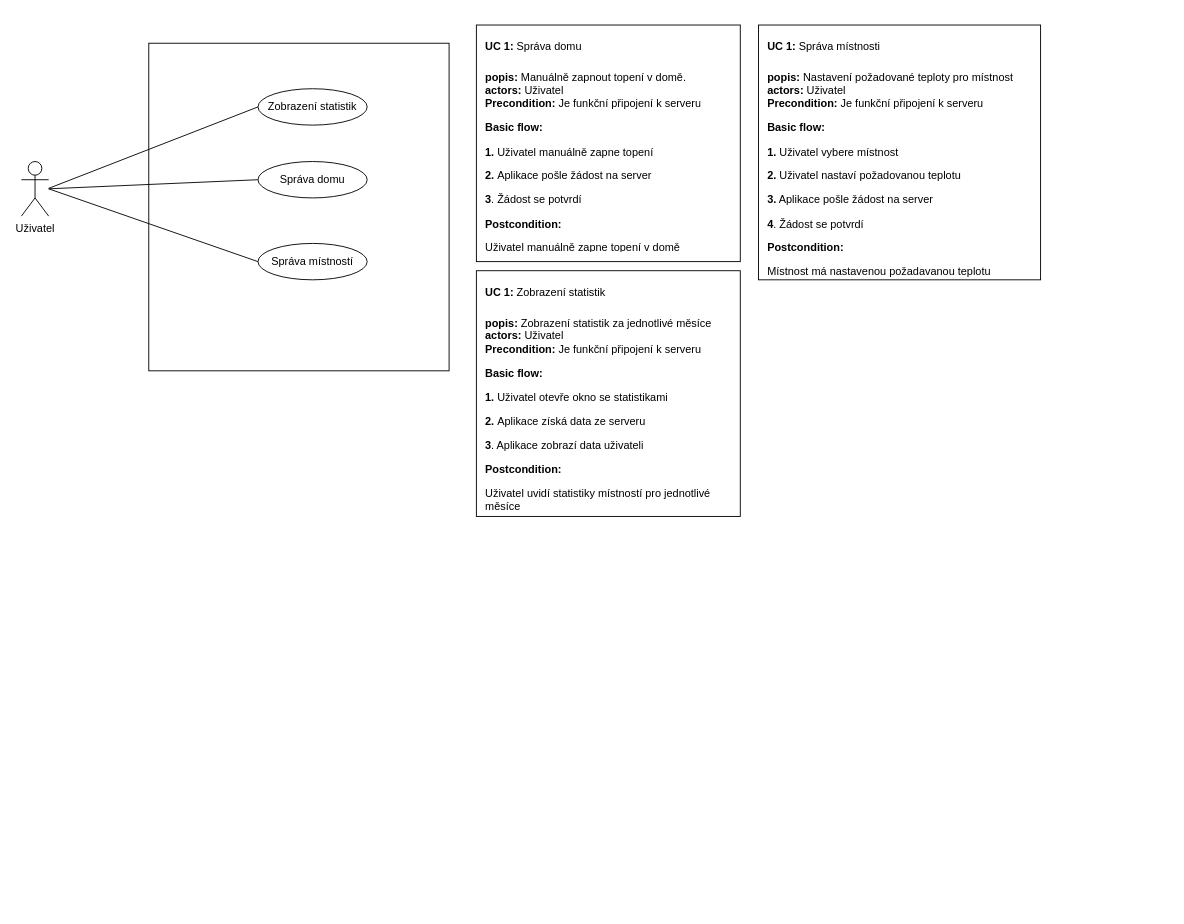
Above: doc/projekt_use_case.drawio in torar9/swinz-projekt (draw.io), before the change. Source tidied: cells renumbered, new cells numbered last; positions are measured from the earlier drawing's top-left corner, leaving out a move shared by most shapes. Both pictures are drawn from the tidied source at 91%, with x=0, y=0 at pixel (21, 25).
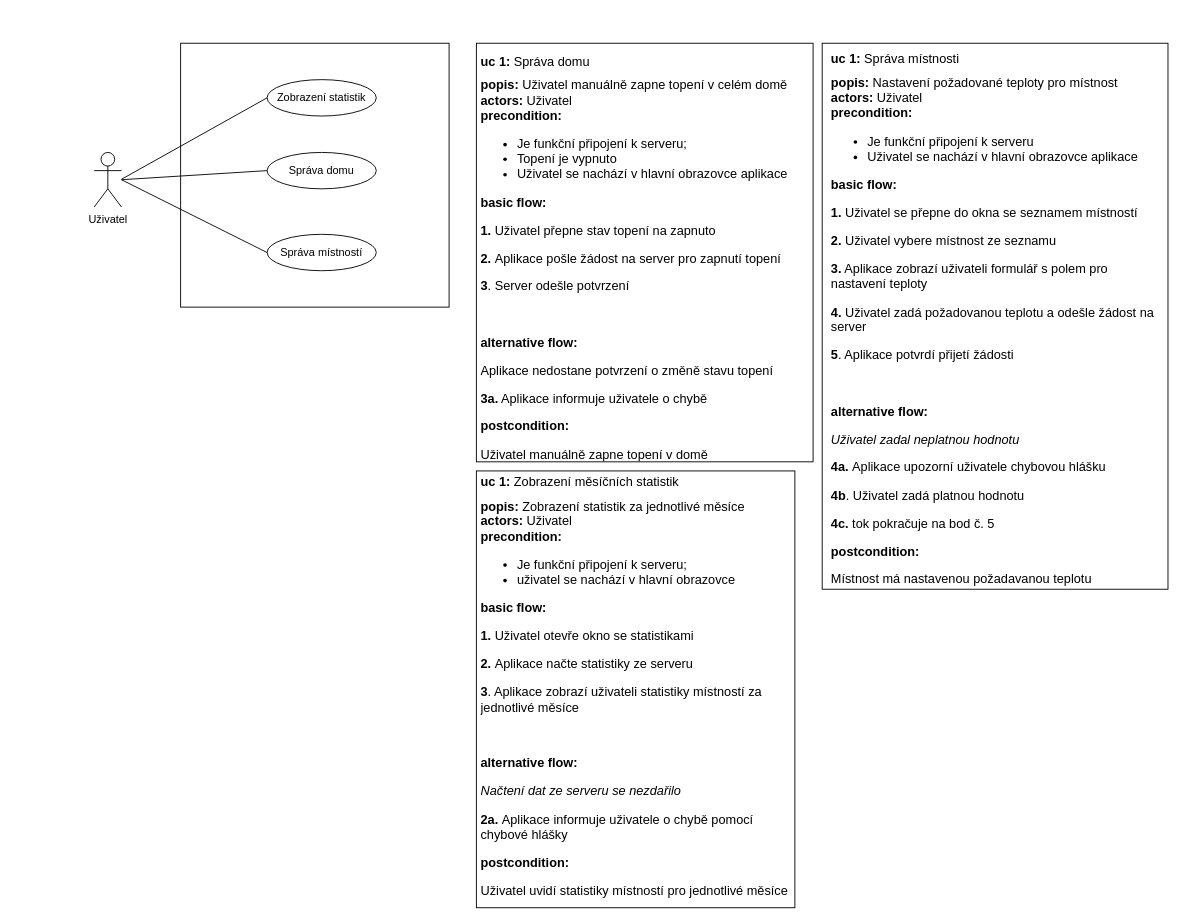
After the change.

Commit message (it also covers changes not shown here):
Fix use case

Diff of the diagram source:
```diff
@@
 <mxGraphModel>
   <root>
     <mxCell id="0" />
     <mxCell id="1" parent="0" />
     <mxCell id="2" value="Uživatel" style="shape=umlActor;verticalLabelPosition=bottom;labelBackgroundColor=#ffffff;verticalAlign=top;html=1;" parent="1" vertex="1">
-      <mxGeometry y="150" width="30" height="60" as="geometry" />
+      <mxGeometry x="80" y="140" width="30" height="60" as="geometry" />
     </mxCell>
     <mxCell id="3" style="rounded=0;whiteSpace=wrap;html=1;" parent="1" vertex="1">
-      <mxGeometry x="140" y="20" width="330" height="360" as="geometry" />
+      <mxGeometry x="175" y="20" width="295" height="290" as="geometry" />
     </mxCell>
     <mxCell id="4" value="Zobrazení statistik" style="ellipse;whiteSpace=wrap;html=1;" parent="1" vertex="1">
-      <mxGeometry x="260" y="70" width="120" height="40" as="geometry" />
+      <mxGeometry x="270" y="60" width="120" height="40" as="geometry" />
     </mxCell>
     <mxCell id="5" value="Správa domu" style="ellipse;whiteSpace=wrap;html=1;" parent="1" vertex="1">
-      <mxGeometry x="260" y="150" width="120" height="40" as="geometry" />
+      <mxGeometry x="270" y="140" width="120" height="40" as="geometry" />
     </mxCell>
     <mxCell id="6" style="endArrow=none;html=1;entryX=0;entryY=0.5;entryDx=0;entryDy=0;" parent="1" edge="1" target="4">
       <mxGeometry relative="1" as="geometry">
-        <mxPoint x="30" y="179.5" as="sourcePoint" />
+        <mxPoint x="110" y="169.5" as="sourcePoint" />
       </mxGeometry>
     </mxCell>
     <mxCell id="7" style="endArrow=none;html=1;entryX=0;entryY=0.5;entryDx=0;entryDy=0;" parent="1" edge="1" target="5">
       <mxGeometry relative="1" as="geometry">
-        <mxPoint x="30" y="180" as="sourcePoint" />
+        <mxPoint x="110" y="170" as="sourcePoint" />
       </mxGeometry>
     </mxCell>
     <mxCell id="8" style="rounded=0;whiteSpace=wrap;html=1;" parent="1" vertex="1">
-      <mxGeometry x="810" width="310" height="280" as="geometry" />
+      <mxGeometry x="880" y="20" width="380" height="600" as="geometry" />
     </mxCell>
-    <mxCell id="9" value="&lt;h1&gt;&lt;font style=&quot;font-size: 12px&quot;&gt;UC 1:&lt;/font&gt;&lt;font style=&quot;font-size: 12px ; font-weight: normal&quot;&gt; Správa místnosti&lt;/font&gt;&lt;/h1&gt;&lt;div&gt;&lt;font style=&quot;font-size: 12px&quot;&gt;&lt;b&gt;popis:&lt;/b&gt;&lt;/font&gt;&lt;font style=&quot;font-size: 12px ; font-weight: normal&quot;&gt; Nastavení požadované teploty pro místnost&lt;/font&gt;&lt;/div&gt;&lt;div&gt;&lt;font style=&quot;font-size: 12px&quot;&gt;&lt;b&gt;actors:&lt;/b&gt;&lt;/font&gt;&lt;font style=&quot;font-size: 12px ; font-weight: normal&quot;&gt; Uživatel&lt;br&gt;&lt;/font&gt;&lt;/div&gt;&lt;div&gt;&lt;font style=&quot;font-size: 12px&quot;&gt;&lt;b&gt;Precondition: &lt;/b&gt;&lt;/font&gt;&lt;font style=&quot;font-size: 12px ; font-weight: normal&quot;&gt;Je funkční připojení k serveru&lt;/font&gt;&lt;/div&gt;&lt;p&gt;&lt;b&gt;Basic flow:&lt;/b&gt;&lt;/p&gt;&lt;p&gt;&lt;b&gt;1.&lt;/b&gt; Uživatel vybere místnost&lt;/p&gt;&lt;p&gt;&lt;b&gt;2.&lt;/b&gt; Uživatel nastaví požadovanou teplotu&lt;/p&gt;&lt;p&gt;&lt;b&gt;3.&lt;/b&gt; Aplikace pošle žádost na server&lt;/p&gt;&lt;p&gt;&lt;b&gt;4&lt;/b&gt;. Žádost se potvrdí&lt;/p&gt;&lt;p&gt;&lt;b&gt;Postcondition:&lt;/b&gt;&lt;/p&gt;&lt;p&gt;Místnost má nastavenou požadavanou teplotu&lt;/p&gt;" style="text;html=1;strokeColor=none;fillColor=none;spacing=5;spacingTop=-20;whiteSpace=wrap;overflow=hidden;rounded=0;" parent="1" vertex="1">
-      <mxGeometry x="815" width="295" height="280" as="geometry" />
+    <mxCell id="9" value="&lt;h1 style=&quot;font-size: 14px&quot;&gt;&lt;font style=&quot;font-size: 14px&quot;&gt;&lt;font style=&quot;font-size: 14px&quot;&gt;uc 1:&lt;/font&gt;&lt;font style=&quot;font-weight: normal ; font-size: 14px&quot;&gt; Správa místnosti&lt;/font&gt;&lt;/font&gt;&lt;/h1&gt;&lt;div style=&quot;font-size: 14px&quot;&gt;&lt;font style=&quot;font-size: 14px&quot;&gt;&lt;font style=&quot;font-size: 14px&quot;&gt;&lt;b&gt;popis:&lt;/b&gt;&lt;/font&gt;&lt;font style=&quot;font-weight: normal ; font-size: 14px&quot;&gt; Nastavení požadované teploty pro místnost&lt;/font&gt;&lt;/font&gt;&lt;/div&gt;&lt;div style=&quot;font-size: 14px&quot;&gt;&lt;font style=&quot;font-size: 14px&quot;&gt;&lt;font style=&quot;font-size: 14px&quot;&gt;&lt;b&gt;actors:&lt;/b&gt;&lt;/font&gt;&lt;font style=&quot;font-weight: normal ; font-size: 14px&quot;&gt; Uživatel&lt;br&gt;&lt;/font&gt;&lt;/font&gt;&lt;/div&gt;&lt;div style=&quot;font-size: 14px&quot;&gt;&lt;font style=&quot;font-size: 14px&quot;&gt;&lt;font style=&quot;font-size: 14px&quot;&gt;&lt;b&gt;precondition:&amp;nbsp;&lt;/b&gt;&lt;/font&gt;&lt;/font&gt;&lt;/div&gt;&lt;div style=&quot;font-size: 14px&quot;&gt;&lt;ul&gt;&lt;li&gt;&lt;font style=&quot;font-size: 14px&quot;&gt;&lt;font style=&quot;font-weight: normal ; font-size: 14px&quot;&gt;Je funkční připojení k serveru&lt;/font&gt;&lt;/font&gt;&lt;/li&gt;&lt;li&gt;&lt;font style=&quot;font-size: 14px&quot;&gt;&lt;font style=&quot;font-weight: normal ; font-size: 14px&quot;&gt;Uživatel se nachází v hlavní obrazovce aplikace&lt;/font&gt;&lt;/font&gt;&lt;/li&gt;&lt;/ul&gt;&lt;/div&gt;&lt;p style=&quot;font-size: 14px&quot;&gt;&lt;b&gt;&lt;font style=&quot;font-size: 14px&quot;&gt;basic flow:&lt;/font&gt;&lt;/b&gt;&lt;/p&gt;&lt;p style=&quot;font-size: 14px&quot;&gt;&lt;font style=&quot;font-size: 14px&quot;&gt;&lt;b&gt;1. &lt;/b&gt;Uživatel se přepne do okna se seznamem místností&lt;/font&gt;&lt;/p&gt;&lt;p style=&quot;font-size: 14px&quot;&gt;&lt;font style=&quot;font-size: 14px&quot;&gt;&lt;b&gt;2.&lt;/b&gt; Uživatel vybere místnost ze seznamu&lt;/font&gt;&lt;/p&gt;&lt;p style=&quot;font-size: 14px&quot;&gt;&lt;font style=&quot;font-size: 14px&quot;&gt;&lt;b&gt;3.&lt;/b&gt; Aplikace zobrazí uživateli formulář s polem pro nastavení teploty&lt;/font&gt;&lt;/p&gt;&lt;p style=&quot;font-size: 14px&quot;&gt;&lt;font style=&quot;font-size: 14px&quot;&gt;&lt;b&gt;4.&lt;/b&gt; Uživatel zadá požadovanou teplotu a odešle žádost na server&lt;/font&gt;&lt;/p&gt;&lt;p style=&quot;font-size: 14px&quot;&gt;&lt;font style=&quot;font-size: 14px&quot;&gt;&lt;b&gt;5&lt;/b&gt;. Aplikace potvrdí přijetí žádosti&lt;/font&gt;&lt;/p&gt;&lt;p style=&quot;font-size: 14px&quot;&gt;&lt;font style=&quot;font-size: 14px&quot;&gt;&lt;br&gt;&lt;/font&gt;&lt;/p&gt;&lt;p style=&quot;font-size: 14px&quot;&gt;&lt;b&gt;&lt;font style=&quot;font-size: 14px&quot;&gt;alternative flow:&lt;/font&gt;&lt;/b&gt;&lt;/p&gt;&lt;p style=&quot;font-size: 14px&quot;&gt;&lt;i&gt;&lt;font style=&quot;font-size: 14px&quot;&gt;Uživatel zadal neplatnou hodnotu&lt;/font&gt;&lt;/i&gt;&lt;/p&gt;&lt;p style=&quot;font-size: 14px&quot;&gt;&lt;font style=&quot;font-size: 14px&quot;&gt;&lt;b&gt;4a. &lt;/b&gt;Aplikace upozorní uživatele chybovou hlášku&lt;/font&gt;&lt;/p&gt;&lt;p style=&quot;font-size: 14px&quot;&gt;&lt;font style=&quot;font-size: 14px&quot;&gt;&lt;b&gt;4b&lt;/b&gt;. Uživatel zadá platnou hodnotu&lt;/font&gt;&lt;/p&gt;&lt;p style=&quot;font-size: 14px&quot;&gt;&lt;font style=&quot;font-size: 14px&quot;&gt;&lt;b&gt;4c.&lt;/b&gt; tok pokračuje na bod č. 5&lt;/font&gt;&lt;/p&gt;&lt;p style=&quot;font-size: 14px&quot;&gt;&lt;b&gt;&lt;font style=&quot;font-size: 14px&quot;&gt;postcondition:&lt;/font&gt;&lt;/b&gt;&lt;/p&gt;&lt;p style=&quot;font-size: 14px&quot;&gt;&lt;font style=&quot;font-size: 14px&quot;&gt;Místnost má nastavenou požadavanou teplotu&lt;/font&gt;&lt;/p&gt;" style="text;html=1;strokeColor=none;fillColor=none;spacing=5;spacingTop=-20;whiteSpace=wrap;overflow=hidden;rounded=0;" parent="1" vertex="1">
+      <mxGeometry x="885" y="30" width="375" height="590" as="geometry" />
     </mxCell>
     <mxCell id="10" style="rounded=0;whiteSpace=wrap;html=1;" parent="1" vertex="1">
-      <mxGeometry x="500" y="270" width="290" height="270" as="geometry" />
+      <mxGeometry x="500" y="490" width="350" height="480" as="geometry" />
     </mxCell>
-    <mxCell id="11" value="&lt;h1&gt;&lt;font style=&quot;font-size: 12px&quot;&gt;UC 1:&lt;/font&gt;&lt;font style=&quot;font-size: 12px ; font-weight: normal&quot;&gt; Zobrazení statistik&lt;/font&gt;&lt;/h1&gt;&lt;div&gt;&lt;font style=&quot;font-size: 12px&quot;&gt;&lt;b&gt;popis:&lt;/b&gt;&lt;/font&gt;&lt;font style=&quot;font-size: 12px ; font-weight: normal&quot;&gt; Zobrazení statistik za jednotlivé měsíce&lt;/font&gt;&lt;/div&gt;&lt;div&gt;&lt;font style=&quot;font-size: 12px&quot;&gt;&lt;b&gt;actors: &lt;/b&gt;&lt;/font&gt;&lt;font style=&quot;font-size: 12px ; font-weight: normal&quot;&gt;Uživatel&lt;/font&gt;&lt;/div&gt;&lt;div&gt;&lt;font style=&quot;font-size: 12px&quot;&gt;&lt;b&gt;Precondition: &lt;/b&gt;&lt;/font&gt;&lt;font style=&quot;font-size: 12px ; font-weight: normal&quot;&gt;Je funkční připojení k serveru&lt;/font&gt;&lt;/div&gt;&lt;p&gt;&lt;b&gt;Basic flow:&lt;/b&gt;&lt;/p&gt;&lt;p&gt;&lt;b&gt;1. &lt;/b&gt;Uživatel otevře okno se statistikami&lt;/p&gt;&lt;p&gt;&lt;b&gt;2. &lt;/b&gt;Aplikace získá data ze serveru&lt;/p&gt;&lt;p&gt;&lt;b&gt;3&lt;/b&gt;. Aplikace zobrazí data uživateli&lt;/p&gt;&lt;p&gt;&lt;b&gt;Postcondition:&lt;/b&gt;&lt;/p&gt;&lt;p&gt;Uživatel uvidí statistiky místností pro jednotlivé měsíce&lt;/p&gt;" style="text;html=1;strokeColor=none;fillColor=none;spacing=5;spacingTop=-20;whiteSpace=wrap;overflow=hidden;rounded=0;" parent="1" vertex="1">
-      <mxGeometry x="505" y="270" width="285" height="270" as="geometry" />
+    <mxCell id="11" value="&lt;h1 style=&quot;font-size: 14px&quot;&gt;&lt;font style=&quot;font-size: 14px&quot;&gt;&lt;font style=&quot;font-size: 14px&quot;&gt;uc 1:&lt;/font&gt;&lt;font style=&quot;font-weight: normal ; font-size: 14px&quot;&gt; Zobrazení měsíčních statistik&lt;/font&gt;&lt;/font&gt;&lt;/h1&gt;&lt;div style=&quot;font-size: 14px&quot;&gt;&lt;font style=&quot;font-size: 14px&quot;&gt;&lt;font style=&quot;font-size: 14px&quot;&gt;&lt;b&gt;popis:&lt;/b&gt;&lt;/font&gt;&lt;font style=&quot;font-weight: normal ; font-size: 14px&quot;&gt; Zobrazení statistik za jednotlivé měsíce&lt;/font&gt;&lt;/font&gt;&lt;/div&gt;&lt;div style=&quot;font-size: 14px&quot;&gt;&lt;font style=&quot;font-size: 14px&quot;&gt;&lt;font style=&quot;font-size: 14px&quot;&gt;&lt;b&gt;actors: &lt;/b&gt;&lt;/font&gt;&lt;font style=&quot;font-weight: normal ; font-size: 14px&quot;&gt;Uživatel&lt;/font&gt;&lt;/font&gt;&lt;/div&gt;&lt;div style=&quot;font-size: 14px&quot;&gt;&lt;font style=&quot;font-size: 14px&quot;&gt;&lt;font style=&quot;font-size: 14px&quot;&gt;&lt;b&gt;precondition:&amp;nbsp;&lt;/b&gt;&lt;/font&gt;&lt;/font&gt;&lt;/div&gt;&lt;div style=&quot;font-size: 14px&quot;&gt;&lt;ul&gt;&lt;li&gt;&lt;font style=&quot;font-size: 14px&quot;&gt;&lt;font style=&quot;font-weight: normal ; font-size: 14px&quot;&gt;Je funkční připojení k serveru;&amp;nbsp;&lt;/font&gt;&lt;/font&gt;&lt;/li&gt;&lt;li&gt;&lt;font style=&quot;font-size: 14px&quot;&gt;&lt;span&gt;uživatel se nachází v hlavní obrazovce&lt;/span&gt;&lt;/font&gt;&lt;/li&gt;&lt;/ul&gt;&lt;/div&gt;&lt;p style=&quot;font-size: 14px&quot;&gt;&lt;b&gt;&lt;font style=&quot;font-size: 14px&quot;&gt;basic flow:&lt;/font&gt;&lt;/b&gt;&lt;/p&gt;&lt;p style=&quot;font-size: 14px&quot;&gt;&lt;font style=&quot;font-size: 14px&quot;&gt;&lt;b&gt;1. &lt;/b&gt;Uživatel otevře okno se statistikami&lt;/font&gt;&lt;/p&gt;&lt;p style=&quot;font-size: 14px&quot;&gt;&lt;font style=&quot;font-size: 14px&quot;&gt;&lt;b&gt;2. &lt;/b&gt;Aplikace načte statistiky ze serveru&lt;/font&gt;&lt;/p&gt;&lt;p style=&quot;font-size: 14px&quot;&gt;&lt;font style=&quot;font-size: 14px&quot;&gt;&lt;b&gt;3&lt;/b&gt;. Aplikace zobrazí uživateli statistiky místností za jednotlivé měsíce&lt;/font&gt;&lt;/p&gt;&lt;p style=&quot;font-size: 14px&quot;&gt;&lt;font style=&quot;font-size: 14px&quot;&gt;&lt;br&gt;&lt;/font&gt;&lt;/p&gt;&lt;p style=&quot;font-size: 14px&quot;&gt;&lt;font style=&quot;font-size: 14px&quot;&gt;&lt;b&gt;alternative flow:&lt;/b&gt;&lt;br&gt;&lt;/font&gt;&lt;/p&gt;&lt;p style=&quot;font-size: 14px&quot;&gt;&lt;i&gt;&lt;font style=&quot;font-size: 14px&quot;&gt;Načtení dat ze serveru se nezdařilo&lt;/font&gt;&lt;/i&gt;&lt;/p&gt;&lt;p style=&quot;font-size: 14px&quot;&gt;&lt;font style=&quot;font-size: 14px&quot;&gt;&lt;b&gt;2a. &lt;/b&gt;Aplikace informuje uživatele o chybě pomocí chybové hlášky&lt;/font&gt;&lt;/p&gt;&lt;p style=&quot;font-size: 14px&quot;&gt;&lt;b&gt;&lt;font style=&quot;font-size: 14px&quot;&gt;postcondition:&lt;/font&gt;&lt;/b&gt;&lt;/p&gt;&lt;p style=&quot;font-size: 14px&quot;&gt;&lt;font style=&quot;font-size: 14px&quot;&gt;Uživatel uvidí statistiky místností pro jednotlivé měsíce&lt;/font&gt;&lt;/p&gt;" style="text;html=1;strokeColor=none;fillColor=none;spacing=5;spacingTop=-20;whiteSpace=wrap;overflow=hidden;rounded=0;" parent="1" vertex="1">
+      <mxGeometry x="500" y="495" width="350" height="470" as="geometry" />
     </mxCell>
     <mxCell id="12" value="Správa místností" style="ellipse;whiteSpace=wrap;html=1;" parent="1" vertex="1">
-      <mxGeometry x="260" y="240" width="120" height="40" as="geometry" />
+      <mxGeometry x="270" y="230" width="120" height="40" as="geometry" />
     </mxCell>
     <mxCell id="13" style="endArrow=none;html=1;entryX=0;entryY=0.5;entryDx=0;entryDy=0;" parent="1" edge="1" target="12">
       <mxGeometry relative="1" as="geometry">
-        <mxPoint x="30" y="180" as="sourcePoint" />
+        <mxPoint x="110" y="170" as="sourcePoint" />
       </mxGeometry>
     </mxCell>
     <mxCell id="14" style="rounded=0;whiteSpace=wrap;html=1;" parent="1" vertex="1">
-      <mxGeometry x="500" width="290" height="260" as="geometry" />
+      <mxGeometry x="500" y="20" width="370" height="460" as="geometry" />
     </mxCell>
-    <mxCell id="15" value="&lt;h1&gt;&lt;font style=&quot;font-size: 12px&quot;&gt;UC 1:&lt;/font&gt;&lt;font style=&quot;font-size: 12px ; font-weight: normal&quot;&gt;&amp;nbsp;Správa domu&lt;/font&gt;&lt;/h1&gt;&lt;div&gt;&lt;font style=&quot;font-size: 12px&quot;&gt;&lt;b&gt;popis:&lt;/b&gt;&lt;/font&gt;&lt;font style=&quot;font-size: 12px ; font-weight: normal&quot;&gt;&amp;nbsp;Manuálně zapnout topení v domě.&lt;/font&gt;&lt;/div&gt;&lt;div&gt;&lt;font style=&quot;font-size: 12px&quot;&gt;&lt;b&gt;actors: &lt;/b&gt;&lt;/font&gt;&lt;font style=&quot;font-size: 12px ; font-weight: normal&quot;&gt;Uživatel&lt;/font&gt;&lt;/div&gt;&lt;div&gt;&lt;font style=&quot;font-size: 12px&quot;&gt;&lt;b&gt;Precondition: &lt;/b&gt;&lt;/font&gt;&lt;font style=&quot;font-size: 12px ; font-weight: normal&quot;&gt;Je funkční připojení k serveru&lt;/font&gt;&lt;/div&gt;&lt;p&gt;&lt;b&gt;Basic flow:&lt;/b&gt;&lt;/p&gt;&lt;p&gt;&lt;b&gt;1. &lt;/b&gt;Uživatel manuálně zapne topení&lt;/p&gt;&lt;p&gt;&lt;b&gt;2. &lt;/b&gt;Aplikace pošle žádost na server&lt;/p&gt;&lt;p&gt;&lt;b&gt;3&lt;/b&gt;. Žádost se potvrdí&lt;/p&gt;&lt;p&gt;&lt;b&gt;Postcondition:&lt;/b&gt;&lt;/p&gt;&lt;p&gt;Uživatel manuálně zapne topení v domě&lt;/p&gt;" style="text;html=1;strokeColor=none;fillColor=none;spacing=5;spacingTop=-20;whiteSpace=wrap;overflow=hidden;rounded=0;" parent="1" vertex="1">
-      <mxGeometry x="505" width="285" height="250" as="geometry" />
+    <mxCell id="15" value="&lt;p style=&quot;line-height: 120%&quot;&gt;&lt;/p&gt;&lt;h1 style=&quot;font-size: 14px&quot;&gt;&lt;font style=&quot;font-size: 14px&quot;&gt;&lt;font style=&quot;font-size: 14px&quot;&gt;uc 1:&lt;/font&gt;&lt;font style=&quot;font-weight: normal ; font-size: 14px&quot;&gt;&amp;nbsp;Správa domu&lt;/font&gt;&lt;/font&gt;&lt;/h1&gt;&lt;div style=&quot;font-size: 14px&quot;&gt;&lt;font style=&quot;font-size: 14px&quot;&gt;&lt;font style=&quot;font-size: 14px&quot;&gt;&lt;b&gt;popis:&lt;/b&gt;&lt;/font&gt;&lt;font style=&quot;font-weight: normal ; font-size: 14px&quot;&gt;&amp;nbsp;Uživatel manuálně zapne topení v celém domě&lt;/font&gt;&lt;/font&gt;&lt;/div&gt;&lt;div style=&quot;font-size: 14px&quot;&gt;&lt;font style=&quot;font-size: 14px&quot;&gt;&lt;font style=&quot;font-size: 14px&quot;&gt;&lt;b&gt;actors: &lt;/b&gt;&lt;/font&gt;&lt;font style=&quot;font-weight: normal ; font-size: 14px&quot;&gt;Uživatel&lt;/font&gt;&lt;/font&gt;&lt;/div&gt;&lt;div style=&quot;font-size: 14px&quot;&gt;&lt;font style=&quot;font-size: 14px&quot;&gt;&lt;font style=&quot;font-size: 14px&quot;&gt;&lt;b&gt;precondition:&amp;nbsp;&lt;/b&gt;&lt;/font&gt;&lt;/font&gt;&lt;/div&gt;&lt;div style=&quot;font-size: 14px&quot;&gt;&lt;ul&gt;&lt;li&gt;&lt;font style=&quot;font-size: 14px&quot;&gt;&lt;font style=&quot;font-weight: normal ; font-size: 14px&quot;&gt;Je funkční připojení k serveru;&lt;/font&gt;&lt;/font&gt;&lt;/li&gt;&lt;li&gt;Topení je vypnuto&lt;/li&gt;&lt;li&gt;&lt;font style=&quot;font-size: 14px&quot;&gt;&lt;span&gt;Uživatel se nachází v hlavní obrazovce aplikace&lt;/span&gt;&lt;/font&gt;&lt;/li&gt;&lt;/ul&gt;&lt;/div&gt;&lt;p style=&quot;font-size: 14px&quot;&gt;&lt;b&gt;&lt;font style=&quot;font-size: 14px&quot;&gt;basic flow:&lt;/font&gt;&lt;/b&gt;&lt;/p&gt;&lt;p style=&quot;font-size: 14px&quot;&gt;&lt;font style=&quot;font-size: 14px&quot;&gt;&lt;b&gt;1. &lt;/b&gt;Uživatel přepne stav topení na zapnuto&lt;/font&gt;&lt;/p&gt;&lt;p style=&quot;font-size: 14px&quot;&gt;&lt;b&gt;2. &lt;/b&gt;&lt;span&gt;Aplikace pošle žádost na server pro zapnutí topení&lt;/span&gt;&lt;/p&gt;&lt;p style=&quot;font-size: 14px&quot;&gt;&lt;font style=&quot;font-size: 14px&quot;&gt;&lt;b&gt;3&lt;/b&gt;. Server odešle potvrzení&lt;/font&gt;&lt;/p&gt;&lt;p style=&quot;font-size: 14px&quot;&gt;&lt;font style=&quot;font-size: 14px&quot;&gt;&lt;br&gt;&lt;/font&gt;&lt;/p&gt;&lt;p style=&quot;font-size: 14px&quot;&gt;&lt;font style=&quot;font-size: 14px&quot;&gt;&lt;b&gt;alternative flow:&lt;/b&gt;&lt;br&gt;&lt;/font&gt;&lt;/p&gt;&lt;p style=&quot;font-size: 14px&quot;&gt;&lt;font style=&quot;font-size: 14px&quot;&gt;Aplikace nedostane potvrzení o změně stavu topení&lt;/font&gt;&lt;/p&gt;&lt;p style=&quot;font-size: 14px&quot;&gt;&lt;font style=&quot;font-size: 14px&quot;&gt;&lt;b&gt;3a.&lt;/b&gt; Aplikace informuje uživatele o chybě&lt;/font&gt;&lt;/p&gt;&lt;p style=&quot;font-size: 14px&quot;&gt;&lt;b&gt;&lt;font style=&quot;font-size: 14px&quot;&gt;postcondition:&lt;/font&gt;&lt;/b&gt;&lt;/p&gt;&lt;p style=&quot;font-size: 14px&quot;&gt;&lt;font style=&quot;font-size: 14px&quot;&gt;Uživatel manuálně zapne topení v domě&lt;/font&gt;&lt;/p&gt;&lt;p&gt;&lt;/p&gt;" style="text;html=1;strokeColor=none;fillColor=none;spacing=5;spacingTop=-20;whiteSpace=wrap;overflow=hidden;rounded=0;align=left;" parent="1" vertex="1">
+      <mxGeometry x="500" y="30" width="350" height="450" as="geometry" />
     </mxCell>
   </root>
 </mxGraphModel>
```
